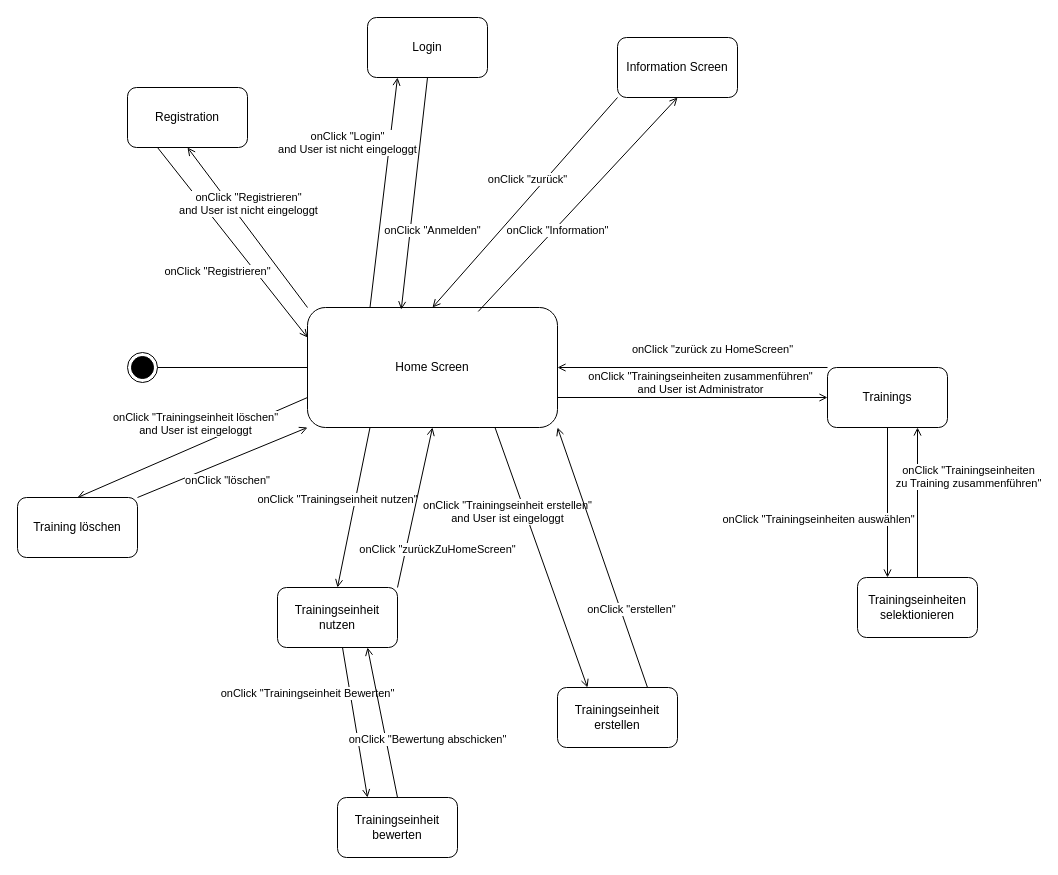
Earlier version of the draw.io diagram StateDiagramm.drawio (andrinnn6789/FootballAdministrationsApp). Source tidied: cells renumbered, new cells numbered last; positions are measured from the earlier drawing's top-left corner, leaving out a move shared by most shapes. Both pictures are drawn from the tidied source at 100%, with x=0, y=0 at pixel (17, 17).
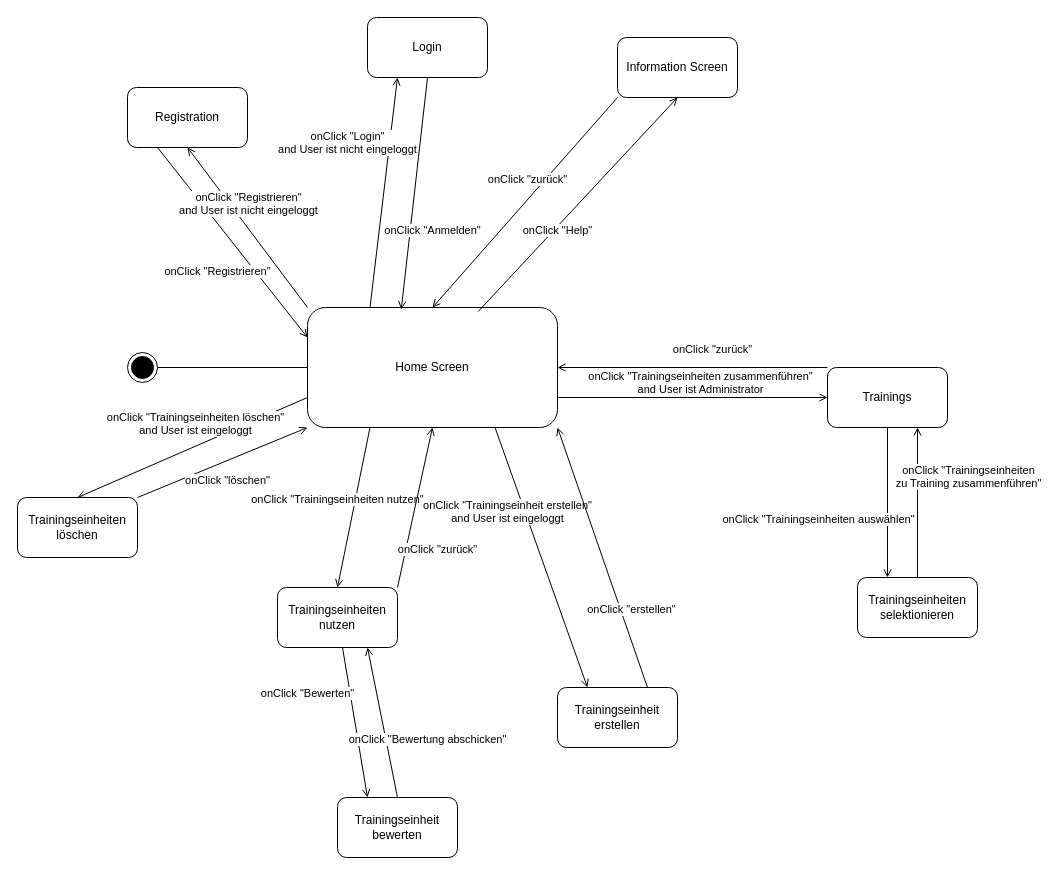
The same diagram, later.

The change refers to these unchanged cells:
```xml
<mxCell id="6" style="endArrow=open;html=1;rounded=0;entryX=0.5;entryY=1;entryDx=0;entryDy=0;endFill=0;exitX=0.683;exitY=0.033;exitDx=0;exitDy=0;exitPerimeter=0;" parent="1" edge="1" source="3" target="5">
  <mxGeometry relative="1" as="geometry" />
</mxCell>
<mxCell id="23" style="endArrow=open;html=1;rounded=0;entryX=0.5;entryY=0;entryDx=0;entryDy=0;endFill=0;exitX=0;exitY=0.75;exitDx=0;exitDy=0;" parent="1" edge="1" source="3" target="21">
  <mxGeometry relative="1" as="geometry" />
</mxCell>
<mxCell id="25" style="endArrow=open;html=1;rounded=0;entryX=0.5;entryY=0;entryDx=0;entryDy=0;endFill=0;exitX=0.25;exitY=1;exitDx=0;exitDy=0;" parent="1" edge="1" source="3" target="22">
  <mxGeometry relative="1" as="geometry" />
</mxCell>
<mxCell id="29" style="endArrow=open;html=1;rounded=0;entryX=0.25;entryY=0;entryDx=0;entryDy=0;endFill=0;" parent="1" edge="1" source="22" target="20">
  <mxGeometry relative="1" as="geometry" />
</mxCell>
<mxCell id="46" style="endArrow=open;html=1;rounded=0;entryX=1;entryY=0.5;entryDx=0;entryDy=0;endFill=0;exitX=0;exitY=0;exitDx=0;exitDy=0;" parent="1" edge="1" source="38" target="3">
  <mxGeometry relative="1" as="geometry" />
</mxCell>
<mxCell id="48" style="endArrow=open;html=1;rounded=0;entryX=0.5;entryY=1;entryDx=0;entryDy=0;endFill=0;exitX=1;exitY=0;exitDx=0;exitDy=0;" parent="1" edge="1" source="22" target="3">
  <mxGeometry relative="1" as="geometry" />
</mxCell>
```

Change to the diagram source:
```diff
@@
-    <mxCell id="7" value="onClick &quot;Information&quot;" style="edgeLabel;html=1;align=center;verticalAlign=bottom;" parent="6" vertex="1">
+    <mxCell id="7" value="onClick &quot;Help&quot;" style="edgeLabel;html=1;align=center;verticalAlign=bottom;" parent="6" vertex="1">
       <mxGeometry x="-0.39" y="-1" relative="1" as="geometry">
         <mxPoint x="17" y="-9" as="offset" />
       </mxGeometry>
     </mxCell>
@@
-    <mxCell id="21" value="Training löschen" style="rounded=1;whiteSpace=wrap;html=1;" parent="1" vertex="1">
+    <mxCell id="21" value="Trainingseinheiten löschen" style="rounded=1;whiteSpace=wrap;html=1;" parent="1" vertex="1">
       <mxGeometry y="480" width="120" height="60" as="geometry" />
     </mxCell>
-    <mxCell id="22" value="Trainingseinheit nutzen" style="rounded=1;whiteSpace=wrap;html=1;" parent="1" vertex="1">
+    <mxCell id="22" value="Trainingseinheiten nutzen" style="rounded=1;whiteSpace=wrap;html=1;" parent="1" vertex="1">
       <mxGeometry x="260" y="570" width="120" height="60" as="geometry" />
     </mxCell>
@@
-    <mxCell id="24" value="onClick &quot;Trainingseinheit löschen&quot;&lt;br&gt;and User ist eingeloggt" style="edgeLabel;html=1;align=center;verticalAlign=bottom;" parent="23" vertex="1">
+    <mxCell id="24" value="onClick &quot;Trainingseinheiten löschen&quot;&lt;br&gt;and User ist eingeloggt" style="edgeLabel;html=1;align=center;verticalAlign=bottom;" parent="23" vertex="1">
       <mxGeometry x="-0.39" y="-1" relative="1" as="geometry">
         <mxPoint x="-42" y="12" as="offset" />
       </mxGeometry>
     </mxCell>
@@
-    <mxCell id="26" value="onClick &quot;Trainingseinheit nutzen&quot;" style="edgeLabel;html=1;align=center;verticalAlign=bottom;" parent="25" vertex="1">
+    <mxCell id="26" value="onClick &quot;Trainingseinheiten nutzen&quot;" style="edgeLabel;html=1;align=center;verticalAlign=bottom;" parent="25" vertex="1">
       <mxGeometry x="-0.39" y="-1" relative="1" as="geometry">
         <mxPoint x="-22" y="31" as="offset" />
       </mxGeometry>
     </mxCell>
@@
-    <mxCell id="30" value="onClick &quot;Trainingseinheit Bewerten&quot;" style="edgeLabel;html=1;align=center;verticalAlign=bottom;" parent="29" vertex="1">
+    <mxCell id="30" value="onClick &quot;Bewerten&quot;" style="edgeLabel;html=1;align=center;verticalAlign=bottom;" parent="29" vertex="1">
       <mxGeometry x="-0.39" y="-1" relative="1" as="geometry">
         <mxPoint x="-42" y="8" as="offset" />
       </mxGeometry>
     </mxCell>
@@
-    <mxCell id="47" value="onClick &quot;zurück zu HomeScreen&quot;" style="edgeLabel;html=1;align=center;verticalAlign=bottom;" parent="46" vertex="1">
+    <mxCell id="47" value="onClick &quot;zurück&quot;" style="edgeLabel;html=1;align=center;verticalAlign=bottom;" parent="46" vertex="1">
       <mxGeometry x="-0.39" y="-1" relative="1" as="geometry">
         <mxPoint x="-34" y="-9" as="offset" />
       </mxGeometry>
     </mxCell>
@@
-    <mxCell id="49" value="onClick &quot;zurückZuHomeScreen&quot;" style="edgeLabel;html=1;align=center;verticalAlign=bottom;" parent="48" vertex="1">
+    <mxCell id="49" value="onClick &quot;zurück&quot;" style="edgeLabel;html=1;align=center;verticalAlign=bottom;" parent="48" vertex="1">
       <mxGeometry x="-0.39" y="-1" relative="1" as="geometry">
         <mxPoint x="28" y="19" as="offset" />
       </mxGeometry>
     </mxCell>
```
